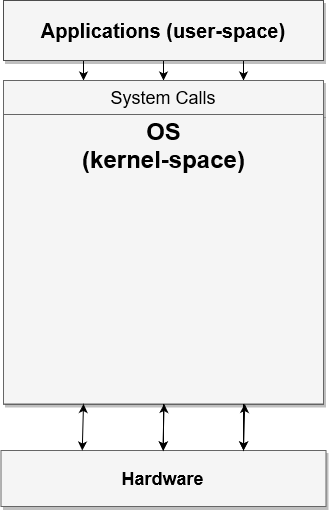
Earlier version of the draw.io export Operating Systems/img/OS-OS_2.png (Steindvart/My_study). Source tidied: cells renumbered, new cells last; positions are measured from the earlier drawing's top-left corner, leaving out a move shared by most shapes. Source of this version:
```xml
<mxGraphModel>
  <root>
    <mxCell id="0" />
    <mxCell id="1" parent="0" />
    <mxCell id="2" style="edgeStyle=orthogonalEdgeStyle;rounded=0;jettySize=auto;html=1;exitX=0.25;exitY=1;exitDx=0;exitDy=0;entryX=0.25;entryY=0;entryDx=0;entryDy=0;" parent="1" edge="1" source="5" target="10">
      <mxGeometry relative="1" as="geometry" />
    </mxCell>
    <mxCell id="3" style="edgeStyle=orthogonalEdgeStyle;rounded=0;jettySize=auto;html=1;exitX=0.5;exitY=1;exitDx=0;exitDy=0;entryX=0.5;entryY=0;entryDx=0;entryDy=0;" parent="1" edge="1" source="5" target="10">
      <mxGeometry relative="1" as="geometry" />
    </mxCell>
    <mxCell id="4" style="edgeStyle=orthogonalEdgeStyle;rounded=0;jettySize=auto;html=1;exitX=0.75;exitY=1;exitDx=0;exitDy=0;entryX=0.75;entryY=0;entryDx=0;entryDy=0;" parent="1" edge="1" source="5" target="10">
      <mxGeometry relative="1" as="geometry" />
    </mxCell>
    <mxCell id="5" value="&lt;b&gt;Applications (user-space)&lt;/b&gt;" style="whiteSpace=wrap;html=1;shadow=1;fontSize=20;fillColor=#f5f5f5;strokeColor=#4D4D4D;strokeWidth=1;" parent="1" vertex="1">
      <mxGeometry x="2" width="320" height="60" as="geometry" />
    </mxCell>
    <mxCell id="6" value="&lt;b&gt;Hardware&lt;/b&gt;" style="whiteSpace=wrap;html=1;shadow=1;fontSize=18;fillColor=#f5f5f5;strokeColor=#666666;" parent="1" vertex="1">
      <mxGeometry x="-0.5" y="450" width="325" height="56" as="geometry" />
    </mxCell>
    <mxCell id="7" style="edgeStyle=orthogonalEdgeStyle;rounded=0;jettySize=auto;html=1;exitX=0.25;exitY=1;exitDx=0;exitDy=0;entryX=0.136;entryY=0.025;entryDx=0;entryDy=0;entryPerimeter=0;" parent="1" edge="1" source="10" target="13">
      <mxGeometry relative="1" as="geometry" />
    </mxCell>
    <mxCell id="8" style="edgeStyle=orthogonalEdgeStyle;rounded=0;jettySize=auto;html=1;exitX=0.5;exitY=1;exitDx=0;exitDy=0;entryX=0.5;entryY=0;entryDx=0;entryDy=0;" parent="1" edge="1" source="10" target="13">
      <mxGeometry relative="1" as="geometry" />
    </mxCell>
    <mxCell id="9" style="edgeStyle=orthogonalEdgeStyle;rounded=0;jettySize=auto;html=1;exitX=0.75;exitY=1;exitDx=0;exitDy=0;entryX=0.845;entryY=0.042;entryDx=0;entryDy=0;entryPerimeter=0;" parent="1" edge="1" source="10" target="13">
      <mxGeometry relative="1" as="geometry" />
    </mxCell>
    <mxCell id="10" value="System Calls" style="whiteSpace=wrap;html=1;shadow=1;fontSize=18;fillColor=#f5f5f5;strokeColor=#666666;" parent="1" vertex="1">
      <mxGeometry x="2" y="80" width="320" height="34" as="geometry" />
    </mxCell>
    <mxCell id="11" style="group;fillColor=#CCCCCC;strokeColor=#000000;rounded=0;glass=0;comic=0;" parent="1" vertex="1">
      <mxGeometry x="2" y="114" width="320" height="289.5" as="geometry" />
    </mxCell>
    <mxCell id="12" style="whiteSpace=wrap;html=1;shadow=1;fontSize=18;fillColor=#f5f5f5;strokeColor=#666666;" parent="11" vertex="1">
      <mxGeometry width="320" height="289.5" as="geometry" />
    </mxCell>
    <mxCell id="13" value="&lt;font style=&quot;font-size: 24px&quot;&gt;&lt;b&gt;&lt;font style=&quot;font-size: 24px&quot;&gt;OS &lt;br&gt;(kernel-space)&lt;br&gt;&lt;/font&gt;&lt;/b&gt;&lt;/font&gt;" style="text;html=1;strokeColor=none;fillColor=none;align=center;verticalAlign=middle;whiteSpace=wrap;rounded=0;" parent="11" vertex="1">
      <mxGeometry x="47.5" width="224.9" height="62" as="geometry" />
    </mxCell>
    <mxCell id="14" style="edgeStyle=orthogonalEdgeStyle;rounded=0;jettySize=auto;html=1;exitX=0.5;exitY=1;exitDx=0;exitDy=0;" parent="1" edge="1" source="12">
      <mxGeometry relative="1" as="geometry">
        <mxPoint x="162" y="450" as="targetPoint" />
      </mxGeometry>
    </mxCell>
    <mxCell id="15" style="edgeStyle=orthogonalEdgeStyle;rounded=0;jettySize=auto;html=1;exitX=0.75;exitY=1;exitDx=0;exitDy=0;" parent="1" edge="1" source="12">
      <mxGeometry relative="1" as="geometry">
        <mxPoint x="242" y="450" as="targetPoint" />
      </mxGeometry>
    </mxCell>
    <mxCell id="16" style="endArrow=classic;startArrow=classic;html=1;entryX=0.25;entryY=1;entryDx=0;entryDy=0;exitX=0.25;exitY=0;exitDx=0;exitDy=0;" parent="1" edge="1" source="6" target="12">
      <mxGeometry relative="1" as="geometry" />
    </mxCell>
    <mxCell id="17" style="endArrow=classic;startArrow=classic;html=1;entryX=0.25;entryY=1;entryDx=0;entryDy=0;exitX=0.25;exitY=0;exitDx=0;exitDy=0;" parent="1" edge="1">
      <mxGeometry relative="1" as="geometry">
        <mxPoint x="161.4" y="450" as="sourcePoint" />
        <mxPoint x="162.6" y="403.5" as="targetPoint" />
      </mxGeometry>
    </mxCell>
    <mxCell id="18" style="endArrow=classic;startArrow=classic;html=1;entryX=0.25;entryY=1;entryDx=0;entryDy=0;exitX=0.25;exitY=0;exitDx=0;exitDy=0;" parent="1" edge="1">
      <mxGeometry relative="1" as="geometry">
        <mxPoint x="242" y="450" as="sourcePoint" />
        <mxPoint x="243.2" y="403.5" as="targetPoint" />
      </mxGeometry>
    </mxCell>
  </root>
</mxGraphModel>
```
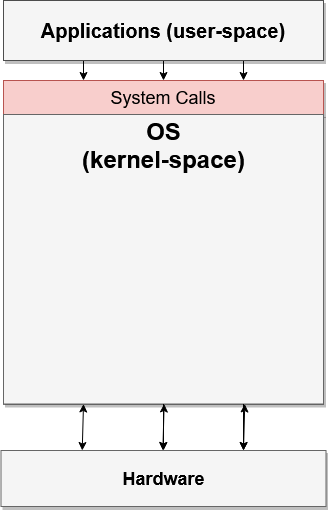
Later version of the same file.

The edit, as a diff of the source:
```diff
@@ -26,7 +26,7 @@
     <mxCell id="9" style="edgeStyle=orthogonalEdgeStyle;rounded=0;jettySize=auto;html=1;exitX=0.75;exitY=1;exitDx=0;exitDy=0;entryX=0.845;entryY=0.042;entryDx=0;entryDy=0;entryPerimeter=0;" parent="1" edge="1" source="10" target="13">
       <mxGeometry relative="1" as="geometry" />
     </mxCell>
-    <mxCell id="10" value="System Calls" style="whiteSpace=wrap;html=1;shadow=1;fontSize=18;fillColor=#f5f5f5;strokeColor=#666666;" parent="1" vertex="1">
+    <mxCell id="10" value="System Calls" style="whiteSpace=wrap;html=1;shadow=1;fontSize=18;fillColor=#f8cecc;strokeColor=#b85450;rounded=0;glass=0;comic=0;absoluteArcSize=0;noLabel=0;fixDash=0;" parent="1" vertex="1">
       <mxGeometry x="2" y="80" width="320" height="34" as="geometry" />
     </mxCell>
     <mxCell id="11" style="group;fillColor=#CCCCCC;strokeColor=#000000;rounded=0;glass=0;comic=0;" parent="1" vertex="1">
```
